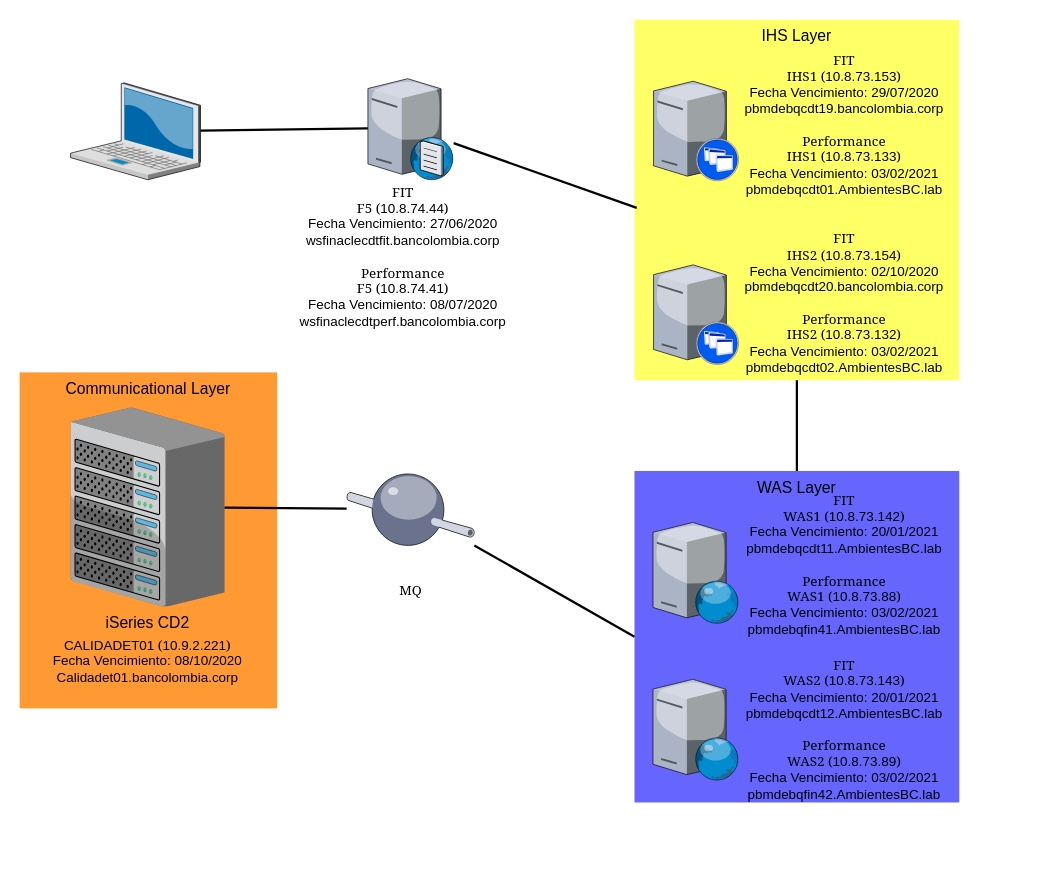
Above: page "Cert" (2 of 3) of Untitled Diagram.drawio in jamapilo/platzi (draw.io), before the change. Source tidied: cells renumbered, new cells numbered last; positions are measured from the earlier drawing's top-left corner, leaving out a move shared by most shapes. Both pictures are drawn from the tidied source at 112%, with x=0, y=0 at pixel (19, 19).
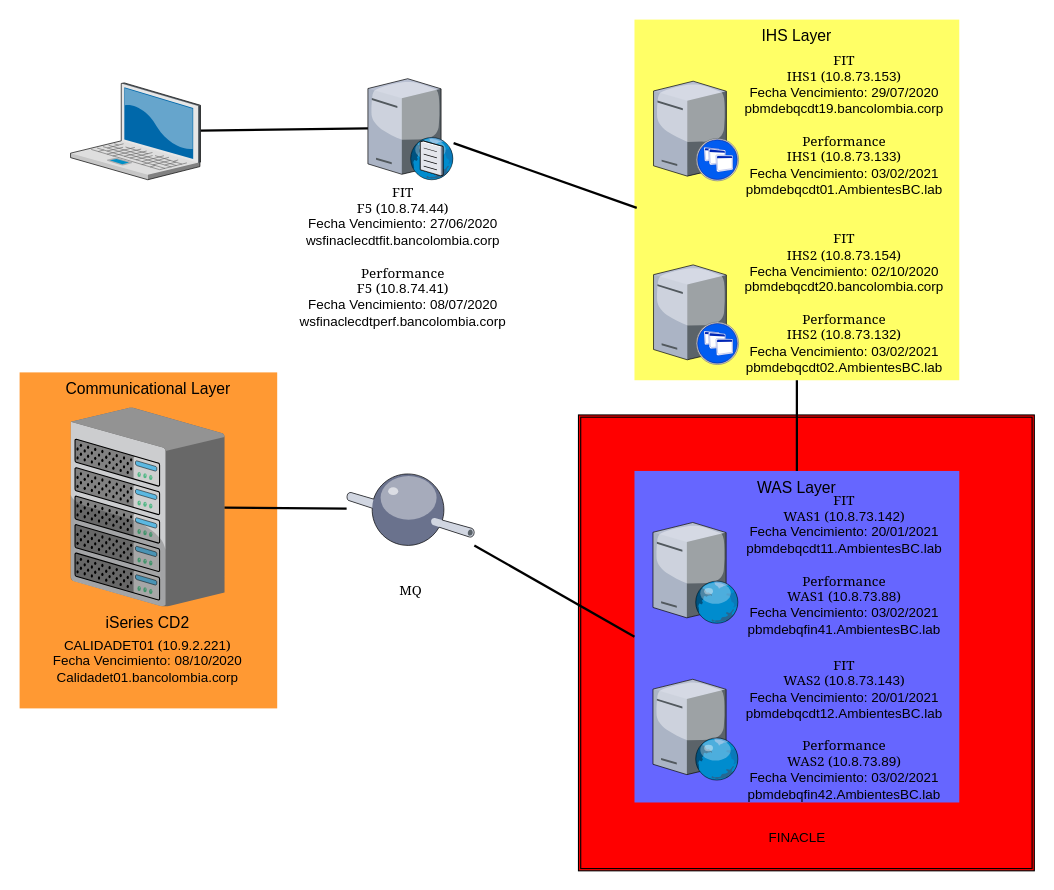
The same diagram, later.

Diff of the diagram source:
```diff
@@
+    <mxCell id="25" style="shape=ext;double=1;whiteSpace=wrap;html=1;fillColor=#FF0000;" parent="1" vertex="1">
+      <mxGeometry x="499" y="353" width="407" height="407" as="geometry" />
+    </mxCell>
@@
+    <mxCell id="26" value="&lt;span&gt;FINACLE&lt;/span&gt;&lt;br&gt;" style="text;html=1;strokeColor=none;fillColor=none;align=center;verticalAlign=middle;whiteSpace=wrap;rounded=0;" parent="1" vertex="1">
+      <mxGeometry x="601.5" y="702" width="185" height="58" as="geometry" />
+    </mxCell>
```
